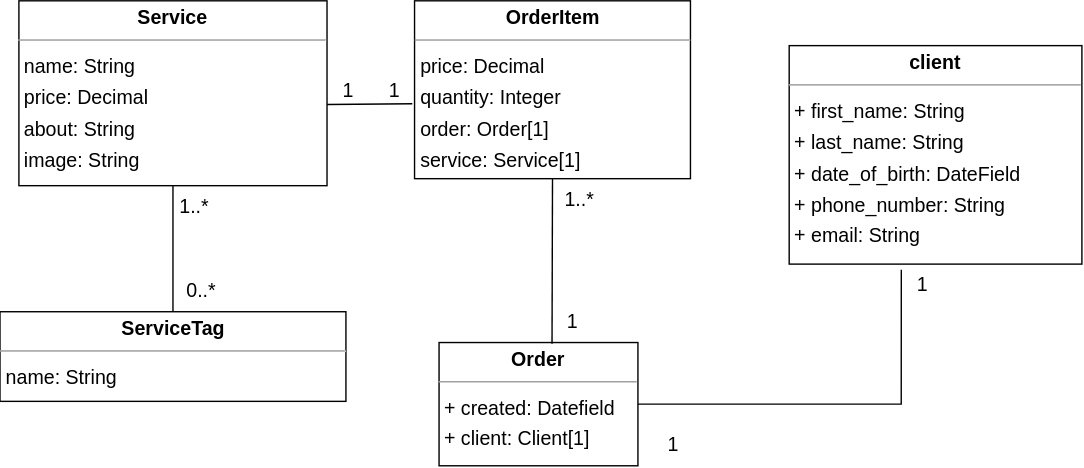
Above: lab4/models.svg in KiryaHandsome/SCoI_labs (draw.io), before the change. Source tidied: cells renumbered, new cells last; positions are measured from the earlier drawing's top-left corner, leaving out a move shared by most shapes.
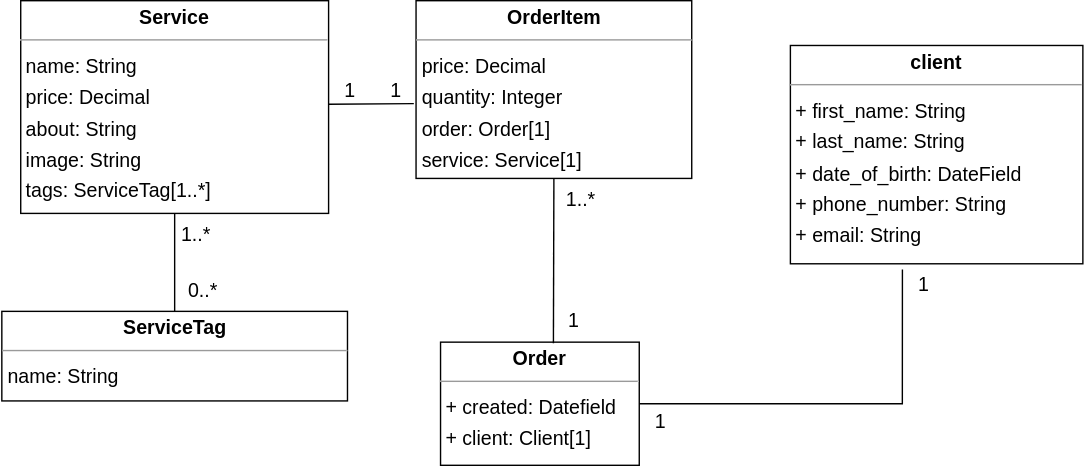
After the change.

What changed in the source:
```diff
@@ -11,8 +11,8 @@
     <mxCell id="4" value="&lt;p style=&quot;margin:0px;margin-top:4px;text-align:center;&quot;&gt;&lt;b&gt;OrderItem&lt;/b&gt;&lt;/p&gt;&lt;hr size=&quot;1&quot;&gt;&lt;p style=&quot;margin:0 0 0 4px;line-height:1.6;&quot;&gt; price: Decimal&lt;br&gt; quantity: Integer&lt;br&gt; order: Order[1]&lt;br&gt; service: Service[1]&lt;/p&gt;" style="verticalAlign=top;align=left;overflow=fill;fontSize=14;fontFamily=Helvetica;html=1;rounded=0;shadow=0;comic=0;labelBackgroundColor=none;strokeWidth=1;" parent="1" vertex="1">
       <mxGeometry x="296.5" width="197" height="127" as="geometry" />
     </mxCell>
-    <mxCell id="5" value="&lt;p style=&quot;margin:0px;margin-top:4px;text-align:center;&quot;&gt;&lt;b&gt;Service&lt;/b&gt;&lt;/p&gt;&lt;hr size=&quot;1&quot;&gt;&lt;p style=&quot;margin:0 0 0 4px;line-height:1.6;&quot;&gt; name: String&lt;br&gt; price: Decimal&lt;br&gt; about: String&lt;br&gt; image: String&lt;/p&gt;" style="verticalAlign=top;align=left;overflow=fill;fontSize=14;fontFamily=Helvetica;html=1;rounded=0;shadow=0;comic=0;labelBackgroundColor=none;strokeWidth=1;" parent="1" vertex="1">
-      <mxGeometry x="14" width="220" height="132" as="geometry" />
+    <mxCell id="5" value="&lt;p style=&quot;margin:0px;margin-top:4px;text-align:center;&quot;&gt;&lt;b&gt;Service&lt;/b&gt;&lt;/p&gt;&lt;hr size=&quot;1&quot;&gt;&lt;p style=&quot;margin:0 0 0 4px;line-height:1.6;&quot;&gt; name: String&lt;br&gt; price: Decimal&lt;br&gt; about: String&lt;br&gt; image: String&lt;/p&gt;&lt;p style=&quot;margin:0 0 0 4px;line-height:1.6;&quot;&gt;tags: ServiceTag[1..*]&lt;/p&gt;" style="verticalAlign=top;align=left;overflow=fill;fontSize=14;fontFamily=Helvetica;html=1;rounded=0;shadow=0;comic=0;labelBackgroundColor=none;strokeWidth=1;" parent="1" vertex="1">
+      <mxGeometry x="14" width="220" height="152" as="geometry" />
     </mxCell>
     <mxCell id="6" value="&lt;p style=&quot;margin:0px;margin-top:4px;text-align:center;&quot;&gt;&lt;b&gt;ServiceTag&lt;/b&gt;&lt;/p&gt;&lt;hr size=&quot;1&quot;&gt;&lt;p style=&quot;margin:0 0 0 4px;line-height:1.6;&quot;&gt; name: String&lt;/p&gt;" style="verticalAlign=top;align=left;overflow=fill;fontSize=14;fontFamily=Helvetica;html=1;rounded=0;shadow=0;comic=0;labelBackgroundColor=none;strokeWidth=1;" parent="1" vertex="1">
       <mxGeometry x="0.5" y="222" width="247" height="64" as="geometry" />
@@ -21,7 +21,7 @@
       <mxGeometry relative="1" as="geometry" />
     </mxCell>
     <mxCell id="8" value="&lt;font style=&quot;font-size: 14px;&quot;&gt;1..*&lt;/font&gt;" style="text;html=1;align=center;verticalAlign=middle;strokeColor=none;fillColor=none;" parent="1" vertex="1">
-      <mxGeometry x="119" y="132" width="40" height="30" as="geometry" />
+      <mxGeometry x="119" y="152" width="40" height="30" as="geometry" />
     </mxCell>
     <mxCell id="9" value="&lt;font style=&quot;font-size: 14px;&quot;&gt;0..*&lt;/font&gt;" style="text;html=1;align=center;verticalAlign=middle;strokeColor=none;fillColor=none;" parent="1" vertex="1">
       <mxGeometry x="124" y="192" width="40" height="30" as="geometry" />
@@ -34,7 +34,7 @@
       </mxGeometry>
     </mxCell>
     <mxCell id="11" value="&lt;font style=&quot;font-size: 14px;&quot;&gt;1&lt;/font&gt;" style="text;html=1;align=center;verticalAlign=middle;strokeColor=none;fillColor=none;" parent="1" vertex="1">
-      <mxGeometry x="466" y="302" width="30" height="30" as="geometry" />
+      <mxGeometry x="456" y="286" width="30" height="30" as="geometry" />
     </mxCell>
     <mxCell id="12" style="endArrow=none;html=1;rounded=0;exitX=0.568;exitY=0.009;exitDx=0;exitDy=0;entryX=0.5;entryY=1;entryDx=0;entryDy=0;exitPerimeter=0;" parent="1" edge="1" source="3" target="4">
       <mxGeometry relative="1" as="geometry" />
```
